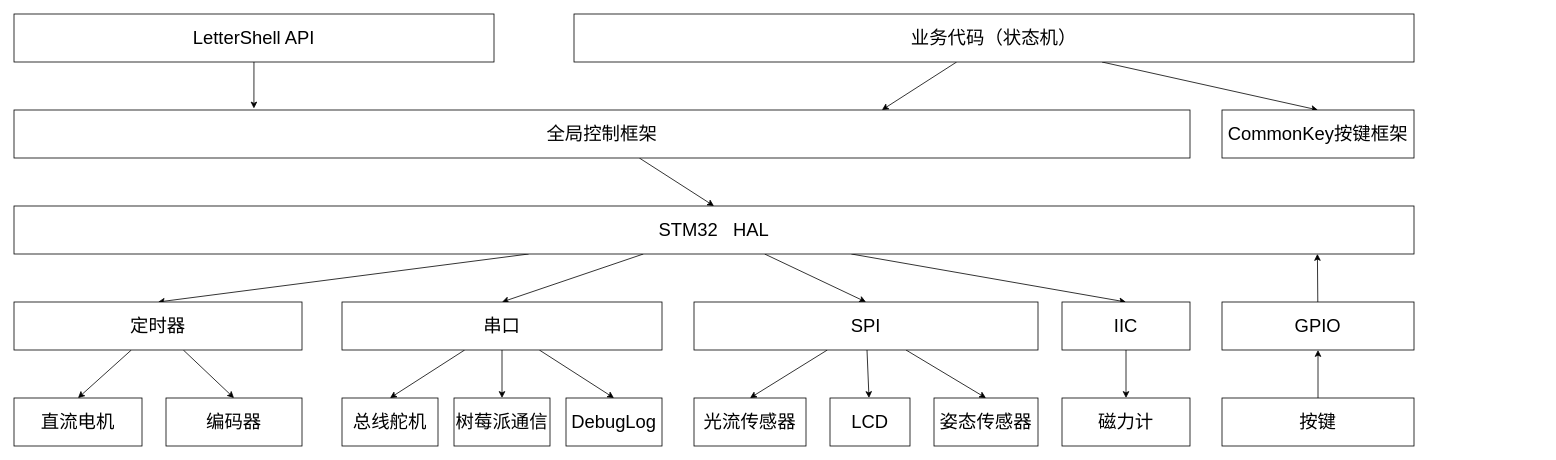
Earlier version of the draw.io diagram Controler/structure.drawio (ZheWana/2023-Work-training-competition-software). Source tidied: cells renumbered, new cells numbered last; positions are measured from the earlier drawing's top-left corner, leaving out a move shared by most shapes. Both pictures are drawn from the tidied source at 80%, with x=0, y=0 at pixel (14, 14).
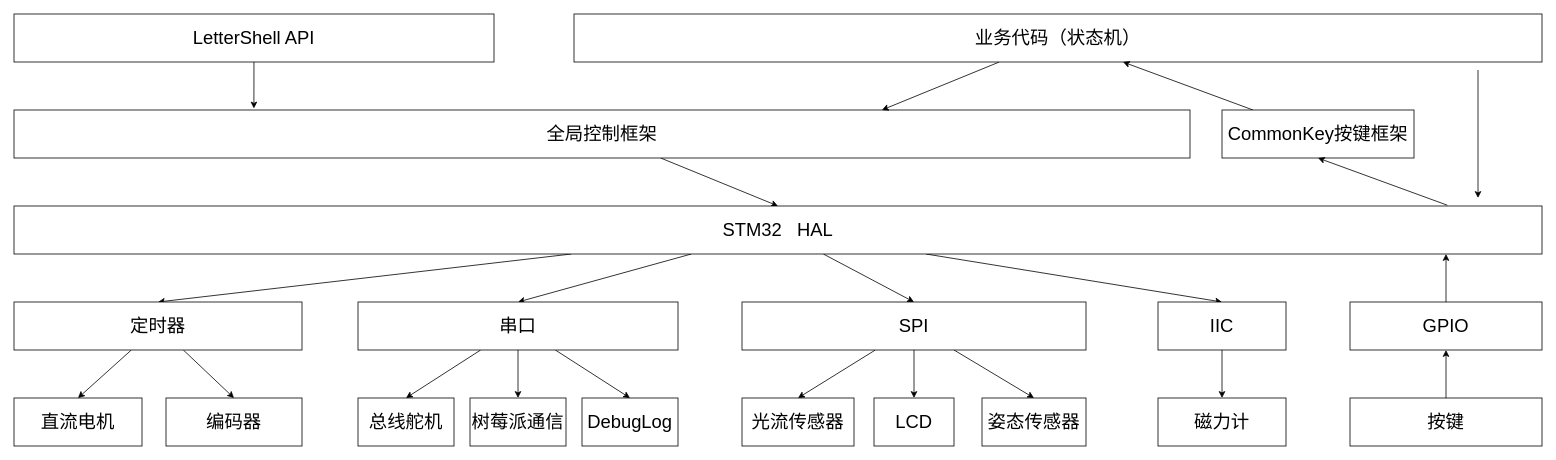
The same diagram, later.

The change refers to these unchanged cells:
```xml
<mxCell id="40" value="CommonKey按键框架" style="whiteSpace=wrap;html=1;fontSize=23;" parent="1" vertex="1">
  <mxGeometry x="1510" y="120" width="240" height="60" as="geometry" />
</mxCell>
```

The edit, as a diff of the source:
```diff
@@
     <mxCell id="8" value="STM32&amp;nbsp; &amp;nbsp;HAL" style="whiteSpace=wrap;html=1;fontSize=23;" parent="1" vertex="1">
-      <mxGeometry y="240" width="1750" height="60" as="geometry" />
+      <mxGeometry y="240" width="1910" height="60" as="geometry" />
     </mxCell>
@@
     <mxCell id="15" value="串口" style="whiteSpace=wrap;html=1;fontSize=23;" parent="1" vertex="1">
-      <mxGeometry x="410" y="360" width="400" height="60" as="geometry" />
+      <mxGeometry x="430" y="360" width="400" height="60" as="geometry" />
     </mxCell>
@@
     <mxCell id="19" value="SPI" style="whiteSpace=wrap;html=1;fontSize=23;" parent="1" vertex="1">
-      <mxGeometry x="850" y="360" width="430" height="60" as="geometry" />
+      <mxGeometry x="910" y="360" width="430" height="60" as="geometry" />
     </mxCell>
@@
     <mxCell id="21" value="IIC" style="whiteSpace=wrap;html=1;fontSize=23;" parent="1" vertex="1">
-      <mxGeometry x="1310" y="360" width="160" height="60" as="geometry" />
+      <mxGeometry x="1430" y="360" width="160" height="60" as="geometry" />
     </mxCell>
@@
     <mxCell id="24" value="总线舵机" style="whiteSpace=wrap;html=1;fontSize=23;" parent="1" vertex="1">
-      <mxGeometry x="410" y="480" width="120" height="60" as="geometry" />
+      <mxGeometry x="430" y="480" width="120" height="60" as="geometry" />
     </mxCell>
     <mxCell id="25" value="树莓派通信" style="whiteSpace=wrap;html=1;fontSize=23;" parent="1" vertex="1">
-      <mxGeometry x="550" y="480" width="120" height="60" as="geometry" />
+      <mxGeometry x="570" y="480" width="120" height="60" as="geometry" />
     </mxCell>
     <mxCell id="26" value="DebugLog" style="whiteSpace=wrap;html=1;fontSize=23;" parent="1" vertex="1">
-      <mxGeometry x="690" y="480" width="120" height="60" as="geometry" />
+      <mxGeometry x="710" y="480" width="120" height="60" as="geometry" />
     </mxCell>
     <mxCell id="27" value="光流传感器" style="whiteSpace=wrap;html=1;fontSize=23;" parent="1" vertex="1">
-      <mxGeometry x="850" y="480" width="140" height="60" as="geometry" />
+      <mxGeometry x="910" y="480" width="140" height="60" as="geometry" />
     </mxCell>
     <mxCell id="28" value="LCD" style="whiteSpace=wrap;html=1;fontSize=23;" parent="1" vertex="1">
-      <mxGeometry x="1020" y="480" width="100" height="60" as="geometry" />
+      <mxGeometry x="1075" y="480" width="100" height="60" as="geometry" />
     </mxCell>
     <mxCell id="29" value="姿态传感器" style="whiteSpace=wrap;html=1;fontSize=23;" parent="1" vertex="1">
-      <mxGeometry x="1150" y="480" width="130" height="60" as="geometry" />
+      <mxGeometry x="1210" y="480" width="130" height="60" as="geometry" />
     </mxCell>
     <mxCell id="30" value="磁力计" style="whiteSpace=wrap;html=1;fontSize=23;" parent="1" vertex="1">
-      <mxGeometry x="1310" y="480" width="160" height="60" as="geometry" />
+      <mxGeometry x="1430" y="480" width="160" height="60" as="geometry" />
     </mxCell>
@@
-    <mxCell id="34" style="edgeStyle=none;html=1;entryX=0.5;entryY=0;entryDx=0;entryDy=0;fontSize=23;" parent="1" edge="1" source="35" target="40">
-      <mxGeometry relative="1" as="geometry" />
-    </mxCell>
     <mxCell id="35" value="业务代码（状态机）" style="whiteSpace=wrap;html=1;fontSize=23;" parent="1" vertex="1">
-      <mxGeometry x="700" width="1050" height="60" as="geometry" />
+      <mxGeometry x="700" width="1210" height="60" as="geometry" />
     </mxCell>
-    <mxCell id="36" style="edgeStyle=none;html=1;entryX=0.931;entryY=0.998;entryDx=0;entryDy=0;entryPerimeter=0;fontSize=23;" parent="1" edge="1" source="37" target="8">
-      <mxGeometry relative="1" as="geometry" />
-    </mxCell>
+    <mxCell id="41" style="edgeStyle=none;html=1;" parent="1" edge="1" source="37">
+      <mxGeometry relative="1" as="geometry">
+        <mxPoint x="1790" y="300" as="targetPoint" />
+      </mxGeometry>
+    </mxCell>
     <mxCell id="37" value="GPIO" style="whiteSpace=wrap;html=1;fontSize=23;" parent="1" vertex="1">
-      <mxGeometry x="1510" y="360" width="240" height="60" as="geometry" />
+      <mxGeometry x="1670" y="360" width="240" height="60" as="geometry" />
     </mxCell>
@@
     <mxCell id="39" value="按键" style="whiteSpace=wrap;html=1;fontSize=23;" parent="1" vertex="1">
-      <mxGeometry x="1510" y="480" width="240" height="60" as="geometry" />
+      <mxGeometry x="1670" y="480" width="240" height="60" as="geometry" />
     </mxCell>
+    <mxCell id="42" style="edgeStyle=none;html=1;" parent="1" edge="1" source="40" target="35">
+      <mxGeometry relative="1" as="geometry" />
+    </mxCell>
@@
+    <mxCell id="43" style="edgeStyle=none;orthogonalLoop=1;jettySize=auto;html=1;" parent="1" edge="1">
+      <mxGeometry relative="1" as="geometry">
+        <mxPoint x="1830" y="70" as="sourcePoint" />
+        <mxPoint x="1830" y="230" as="targetPoint" />
+      </mxGeometry>
+    </mxCell>
+    <mxCell id="44" style="edgeStyle=none;jettySize=auto;html=1;entryX=0.5;entryY=1;entryDx=0;entryDy=0;exitX=0.938;exitY=-0.017;exitDx=0;exitDy=0;exitPerimeter=0;" parent="1" edge="1" source="8" target="40">
+      <mxGeometry relative="1" as="geometry" />
+    </mxCell>
```
